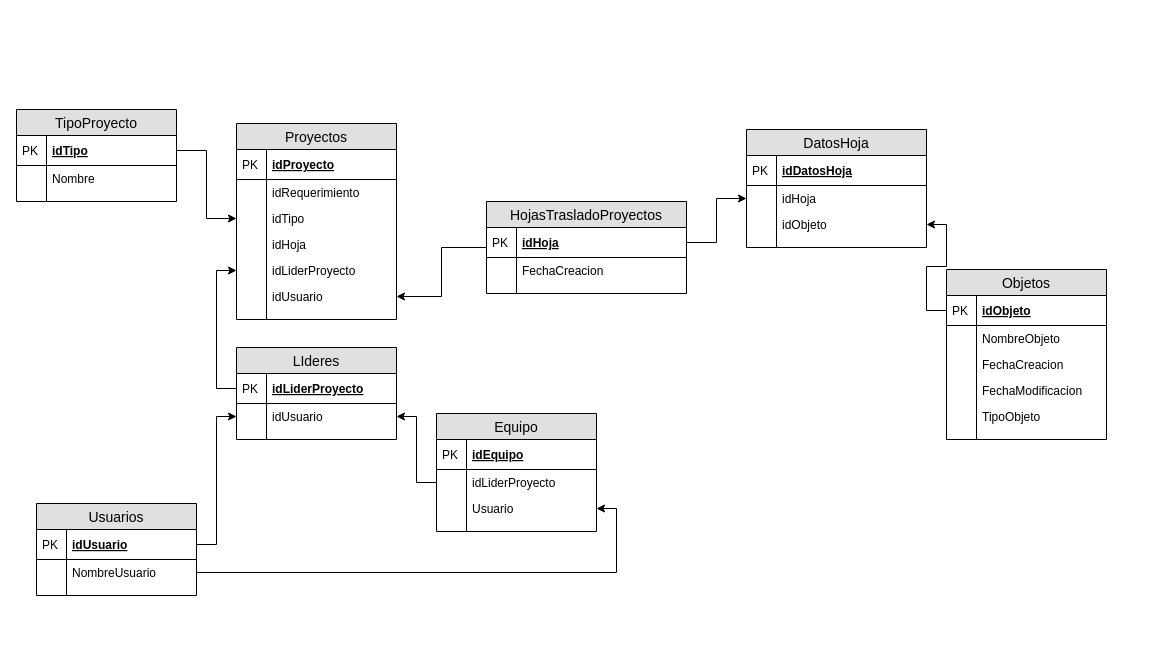
The draw.io diagram DiagramaNuevo.drawio in IrvinDevFlores/RequerimientosPro, before the edit. Source tidied: cells renumbered, new cells numbered last; positions are measured from the earlier drawing's top-left corner, leaving out a move shared by most shapes. Both pictures are drawn from the tidied source at 100%, with x=0, y=0 at pixel (16, 109).
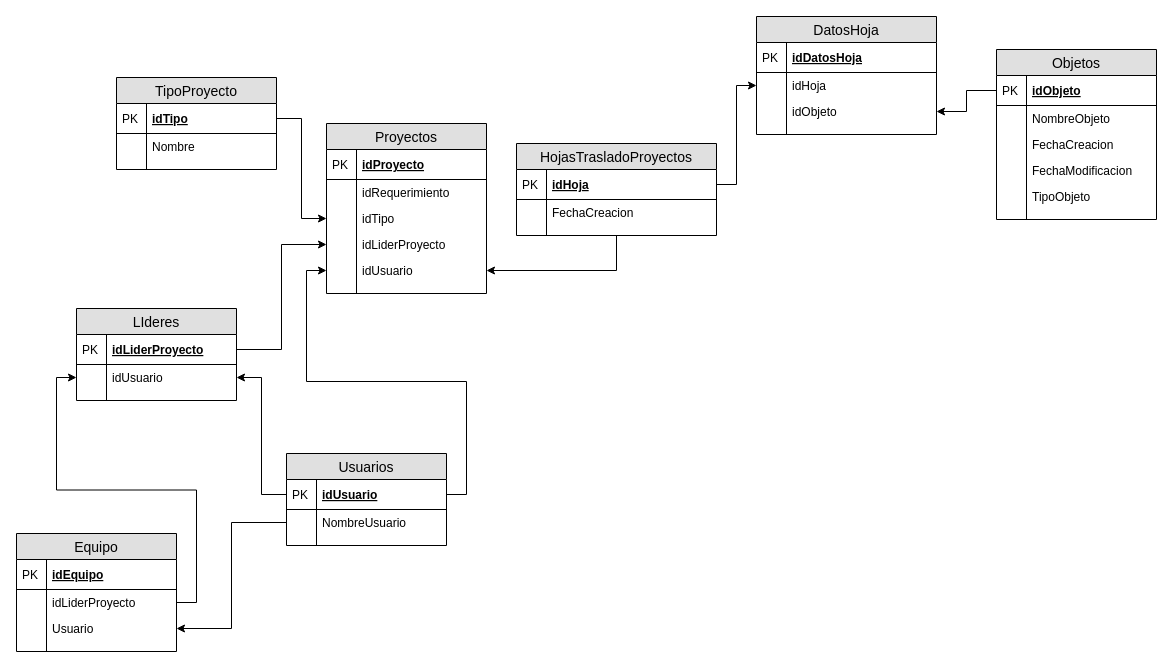
After the change.

The change refers to these unchanged cells:
```xml
<mxCell id="76" value="idUsuario" style="shape=partialRectangle;top=0;left=0;right=0;bottom=1;align=left;verticalAlign=middle;fillColor=none;spacingLeft=34;spacingRight=4;overflow=hidden;points=[[0,0.5],[1,0.5]];portConstraint=eastwest;fontStyle=5;fontSize=12;" parent="75" vertex="1">
  <mxGeometry y="26" width="160" height="30" as="geometry" />
</mxCell>
```

What changed in the source:
```diff
@@
     <mxCell id="2" value="Proyectos" style="swimlane;fontStyle=0;horizontal=1;startSize=26;fillColor=#e0e0e0;swimlaneFillColor=#ffffff;align=center;fontSize=14;" parent="1" vertex="1">
-      <mxGeometry x="220" y="14" width="160" height="196" as="geometry" />
+      <mxGeometry x="310" y="14" width="160" height="170" as="geometry" />
     </mxCell>
@@
-    <mxCell id="9" value="idHoja" style="shape=partialRectangle;top=0;left=0;right=0;bottom=0;align=left;verticalAlign=top;fillColor=none;spacingLeft=34;spacingRight=4;overflow=hidden;fontSize=12;" parent="2" vertex="1">
-      <mxGeometry y="108" width="160" height="26" as="geometry" />
-    </mxCell>
-    <mxCell id="10" style="shape=partialRectangle;top=0;left=0;bottom=0;fillColor=none;align=left;verticalAlign=top;spacingLeft=4;spacingRight=4;overflow=hidden;fontSize=12;" parent="9" vertex="1">
-      <mxGeometry width="30" height="26" as="geometry" />
-    </mxCell>
     <mxCell id="11" value="idLiderProyecto" style="shape=partialRectangle;top=0;left=0;right=0;bottom=0;align=left;verticalAlign=top;fillColor=none;spacingLeft=34;spacingRight=4;overflow=hidden;points=[[0,0.5],[1,0.5]];portConstraint=eastwest;fontSize=12;" parent="2" vertex="1">
-      <mxGeometry y="134" width="160" height="26" as="geometry" />
+      <mxGeometry y="108" width="160" height="26" as="geometry" />
     </mxCell>
@@
     <mxCell id="13" value="idUsuario" style="shape=partialRectangle;top=0;left=0;right=0;bottom=0;align=left;verticalAlign=top;fillColor=none;spacingLeft=34;spacingRight=4;overflow=hidden;points=[[0,0.5],[1,0.5]];portConstraint=eastwest;fontSize=12;" parent="2" vertex="1">
-      <mxGeometry y="160" width="160" height="26" as="geometry" />
+      <mxGeometry y="134" width="160" height="26" as="geometry" />
     </mxCell>
@@
     <mxCell id="15" style="shape=partialRectangle;top=0;left=0;right=0;bottom=0;align=left;verticalAlign=top;fillColor=none;spacingLeft=34;spacingRight=4;overflow=hidden;fontSize=12;" parent="2" vertex="1">
-      <mxGeometry y="186" width="160" height="10" as="geometry" />
+      <mxGeometry y="160" width="160" height="10" as="geometry" />
     </mxCell>
@@
     <mxCell id="18" value="HojasTrasladoProyectos" style="swimlane;fontStyle=0;horizontal=1;startSize=26;fillColor=#e0e0e0;swimlaneFillColor=#ffffff;align=center;fontSize=14;" parent="1" vertex="1">
-      <mxGeometry x="470" y="92" width="200" height="92" as="geometry" />
+      <mxGeometry x="500" y="34" width="200" height="92" as="geometry" />
     </mxCell>
@@
     <mxCell id="25" value="Objetos" style="swimlane;fontStyle=0;horizontal=1;startSize=26;fillColor=#e0e0e0;swimlaneFillColor=#ffffff;align=center;fontSize=14;" parent="1" vertex="1">
-      <mxGeometry x="930" y="160" width="160" height="170" as="geometry" />
+      <mxGeometry x="980" y="-60" width="160" height="170" as="geometry" />
     </mxCell>
@@
     <mxCell id="38" value="DatosHoja" style="swimlane;fontStyle=0;horizontal=1;startSize=26;fillColor=#e0e0e0;swimlaneFillColor=#ffffff;align=center;fontSize=14;" parent="1" vertex="1">
-      <mxGeometry x="730" y="20" width="180" height="118" as="geometry" />
+      <mxGeometry x="740" y="-93" width="180" height="118" as="geometry" />
     </mxCell>
@@
     <mxCell id="49" value="LIderes" style="swimlane;fontStyle=0;horizontal=1;startSize=26;fillColor=#e0e0e0;swimlaneFillColor=#ffffff;align=center;fontSize=14;" parent="1" vertex="1">
-      <mxGeometry x="220" y="238" width="160" height="92" as="geometry" />
+      <mxGeometry x="60" y="199" width="160" height="92" as="geometry" />
     </mxCell>
@@
     <mxCell id="56" value="Equipo" style="swimlane;fontStyle=0;horizontal=1;startSize=26;fillColor=#e0e0e0;swimlaneFillColor=#ffffff;align=center;fontSize=14;" parent="1" vertex="1">
-      <mxGeometry x="420" y="304" width="160" height="118" as="geometry" />
+      <mxGeometry y="424" width="160" height="118" as="geometry" />
     </mxCell>
@@
     <mxCell id="66" value="TipoProyecto" style="swimlane;fontStyle=0;horizontal=1;startSize=26;fillColor=#e0e0e0;swimlaneFillColor=#ffffff;align=center;fontSize=14;" parent="1" vertex="1">
-      <mxGeometry width="160" height="92" as="geometry" />
+      <mxGeometry x="100" y="-32" width="160" height="92" as="geometry" />
     </mxCell>
@@
     <mxCell id="75" value="Usuarios" style="swimlane;fontStyle=0;horizontal=1;startSize=26;fillColor=#e0e0e0;swimlaneFillColor=#ffffff;align=center;fontSize=14;" parent="1" vertex="1">
-      <mxGeometry x="20" y="394" width="160" height="92" as="geometry" />
+      <mxGeometry x="270" y="344" width="160" height="92" as="geometry" />
     </mxCell>
@@
+    <mxCell id="84" style="edgeStyle=orthogonalEdgeStyle;rounded=0;jettySize=auto;html=1;entryX=0;entryY=0.5;entryDx=0;entryDy=0;" parent="1" edge="1" source="76" target="13">
+      <mxGeometry relative="1" as="geometry" />
+    </mxCell>
```
